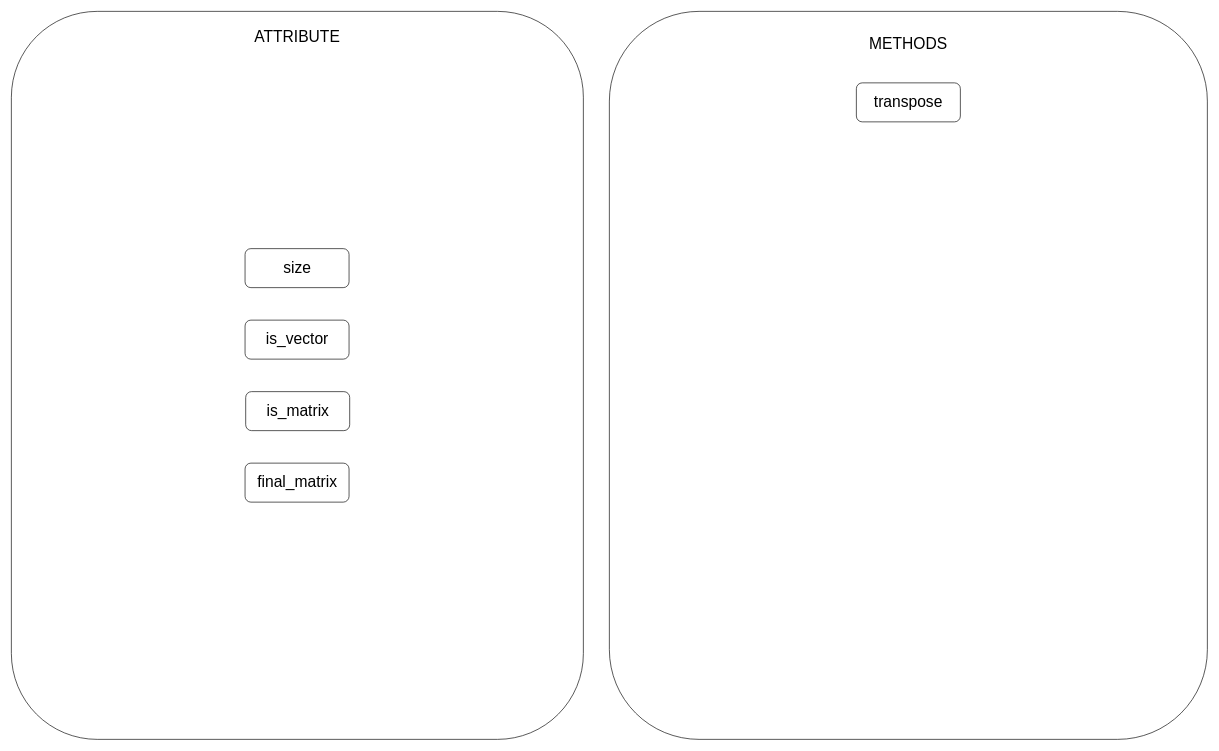
raghavendra-musubi/linear_algebra keeps this draw.io diagram as page "COMMON" (2 of 4) of la-lib.drawio. Above is the earlier version. Source tidied: cells renumbered, new cells numbered last; positions are measured from the earlier drawing's top-left corner, leaving out a move shared by most shapes. Both pictures are drawn from the tidied source at 65%, with x=0, y=0 at pixel (11, 11).
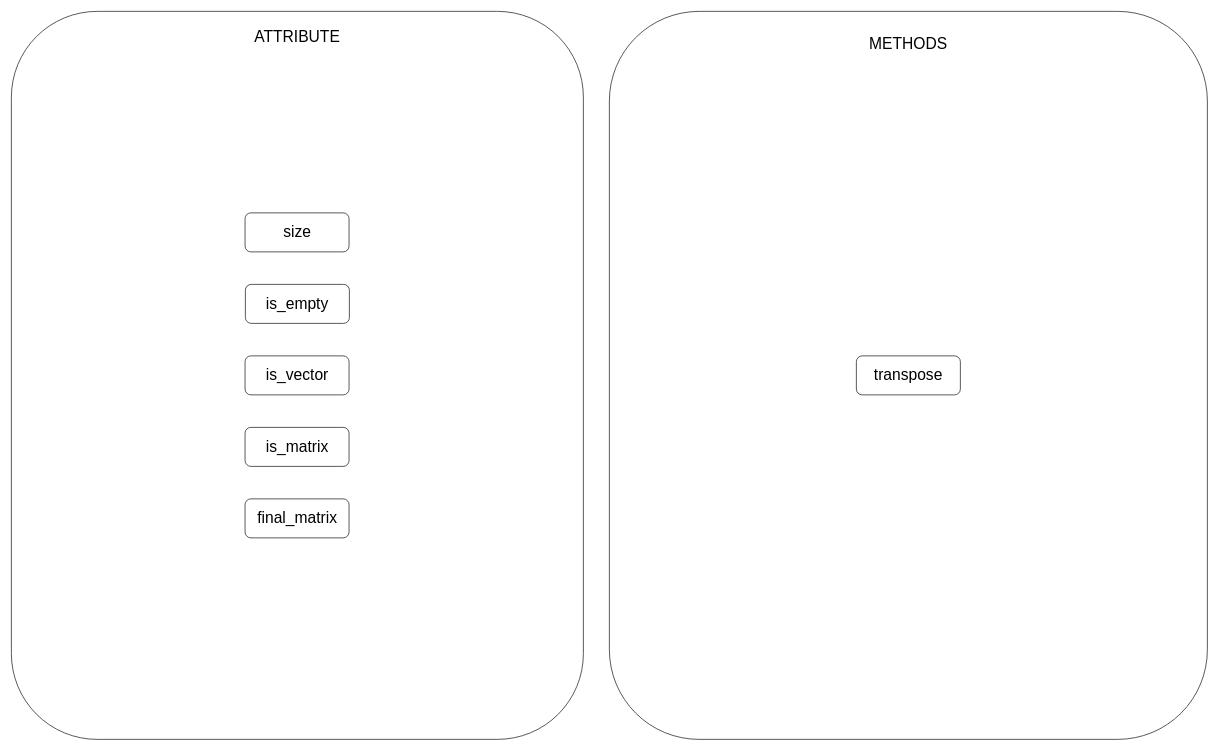
The same page after the edit.

Change to the diagram source:
```diff
@@
 <mxGraphModel>
   <root>
     <mxCell id="0" />
     <mxCell id="1" parent="0" />
     <mxCell id="2" style="rounded=1;whiteSpace=wrap;html=1;" parent="1" vertex="1">
       <mxGeometry x="920" width="920" height="1120" as="geometry" />
     </mxCell>
     <mxCell id="3" style="rounded=1;whiteSpace=wrap;html=1;" parent="1" vertex="1">
       <mxGeometry width="880" height="1120" as="geometry" />
     </mxCell>
     <mxCell id="4" value="&lt;font style=&quot;font-size: 24px&quot;&gt;size&lt;/font&gt;" style="rounded=1;whiteSpace=wrap;html=1;" parent="1" vertex="1">
-      <mxGeometry x="359.5" y="365" width="160" height="60" as="geometry" />
+      <mxGeometry x="359.5" y="310" width="160" height="60" as="geometry" />
     </mxCell>
     <mxCell id="5" value="&lt;font style=&quot;font-size: 24px&quot;&gt;transpose&lt;/font&gt;" style="rounded=1;whiteSpace=wrap;html=1;" parent="1" vertex="1">
-      <mxGeometry x="1300" y="110" width="160" height="60" as="geometry" />
+      <mxGeometry x="1300" y="530" width="160" height="60" as="geometry" />
     </mxCell>
     <mxCell id="6" value="&lt;font style=&quot;font-size: 24px&quot;&gt;ATTRIBUTE&lt;/font&gt;" style="text;html=1;strokeColor=none;fillColor=none;align=center;verticalAlign=middle;whiteSpace=wrap;rounded=0;" parent="1" vertex="1">
       <mxGeometry x="420" y="30" width="40" height="20" as="geometry" />
     </mxCell>
     <mxCell id="7" value="&lt;font style=&quot;font-size: 24px&quot;&gt;METHODS&lt;/font&gt;" style="text;html=1;strokeColor=none;fillColor=none;align=center;verticalAlign=middle;whiteSpace=wrap;rounded=0;" parent="1" vertex="1">
       <mxGeometry x="1360" y="40" width="40" height="20" as="geometry" />
     </mxCell>
     <mxCell id="8" value="&lt;font style=&quot;font-size: 24px&quot;&gt;is_vector&lt;/font&gt;" style="rounded=1;whiteSpace=wrap;html=1;" parent="1" vertex="1">
-      <mxGeometry x="359.5" y="475" width="160" height="60" as="geometry" />
+      <mxGeometry x="359.5" y="530" width="160" height="60" as="geometry" />
     </mxCell>
     <mxCell id="9" value="&lt;font style=&quot;font-size: 24px&quot;&gt;is_matrix&lt;/font&gt;" style="rounded=1;whiteSpace=wrap;html=1;" parent="1" vertex="1">
-      <mxGeometry x="360.5" y="585" width="160" height="60" as="geometry" />
+      <mxGeometry x="359.5" y="640" width="160" height="60" as="geometry" />
     </mxCell>
     <mxCell id="10" value="&lt;font style=&quot;font-size: 24px&quot;&gt;final_matrix&lt;/font&gt;" style="rounded=1;whiteSpace=wrap;html=1;" parent="1" vertex="1">
-      <mxGeometry x="359.5" y="695" width="160" height="60" as="geometry" />
+      <mxGeometry x="359.5" y="750" width="160" height="60" as="geometry" />
     </mxCell>
+    <mxCell id="11" value="&lt;font style=&quot;font-size: 24px&quot;&gt;is_empty&lt;/font&gt;" style="rounded=1;whiteSpace=wrap;html=1;" parent="1" vertex="1">
+      <mxGeometry x="360" y="420" width="160" height="60" as="geometry" />
+    </mxCell>
   </root>
 </mxGraphModel>
```
